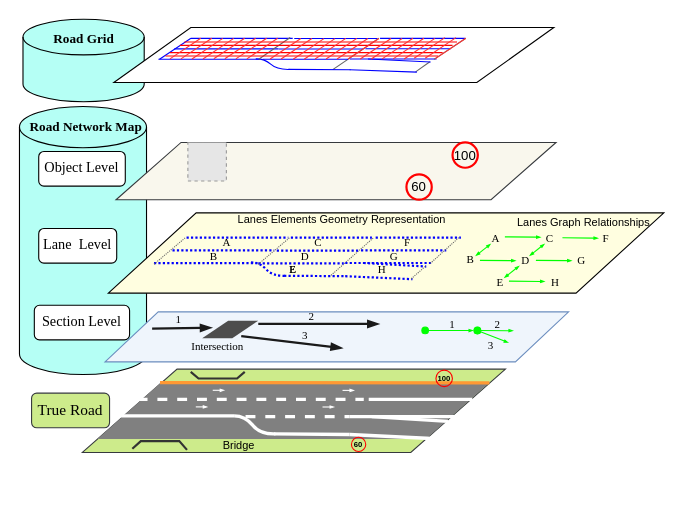
This is road_map.drawio from LimingGao/draw_io, a draw.io file, before an edit. Source tidied: cells renumbered, new cells numbered last; positions are measured from the earlier drawing's top-left corner, leaving out a move shared by most shapes. Both pictures are drawn from the tidied source at 110%, with x=0, y=0 at pixel (19, 19). Pictures stored in the file or linked from it are replaced by grey dashed boxes.
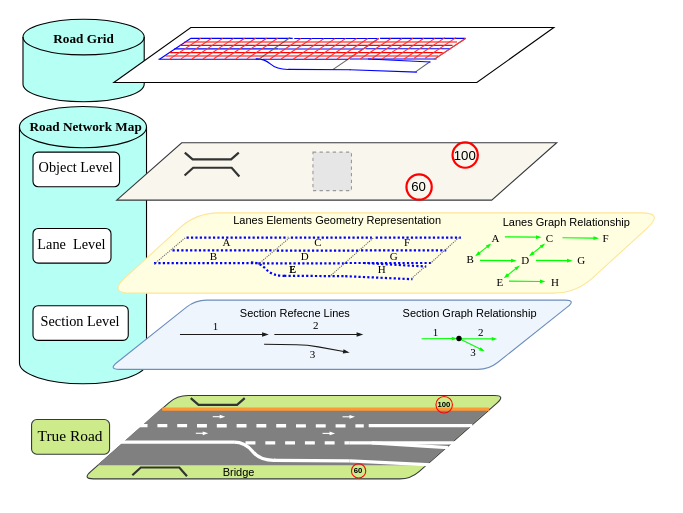
The same diagram, later.

What changed in the source:
```diff
@@
     <mxCell id="2" style="shape=cylinder3;whiteSpace=wrap;boundedLbl=1;backgroundOutline=1;size=18.724116884428952;labelBorderColor=none;shadow=0;sketch=0;fillColor=#B5FFF5;" parent="1" vertex="1">
-      <mxGeometry x="0.2" y="79.3" width="115.5" height="243.7" as="geometry" />
+      <mxGeometry x="0.2" y="79.3" width="115.5" height="252" as="geometry" />
     </mxCell>
@@
     <mxCell id="4" style="shape=parallelogram;perimeter=parallelogramPerimeter;whiteSpace=wrap;fixedSize=1;fillColor=#f9f7ed;fontFamily=Times New Roman;size=59.093999999999994;labelBorderColor=none;strokeColor=#36393d;" parent="1" vertex="1">
-      <mxGeometry x="88" y="112" width="400" height="52.1" as="geometry" />
+      <mxGeometry x="88.6" y="112.3" width="400" height="52.1" as="geometry" />
     </mxCell>
-    <mxCell id="5" style="shape=parallelogram;perimeter=parallelogramPerimeter;whiteSpace=wrap;fixedSize=1;fontFamily=Times New Roman;size=79.84199999999998;labelBorderColor=none;fillColor=#FFFEE0;" parent="1" vertex="1">
+    <mxCell id="5" style="shape=parallelogram;perimeter=parallelogramPerimeter;whiteSpace=wrap;fixedSize=1;fontFamily=Times New Roman;size=79.84199999999998;labelBorderColor=none;fillColor=#FFFEE0;strokeColor=#FFE599;rounded=1;arcSize=41;" parent="1" vertex="1">
       <mxGeometry x="81" y="176" width="505" height="73" as="geometry" />
     </mxCell>
@@
     <mxCell id="9" value="Section Level" style="text;align=center;verticalAlign=top;fontFamily=Times New Roman;labelBorderColor=none;rounded=1;fontSize=13;labelBackgroundColor=none;fillColor=#ffffff;strokeColor=#000000;" parent="1" vertex="1">
-      <mxGeometry x="13.7" y="260" width="86.6" height="31.5" as="geometry" />
+      <mxGeometry x="12.5" y="260.4" width="86.6" height="31.5" as="geometry" />
     </mxCell>
     <mxCell id="10" value="Lane  Level" style="text;align=center;verticalAlign=top;fontFamily=Times New Roman;labelBorderColor=none;rounded=1;fontSize=13;strokeColor=#000000;fillColor=#ffffff;" parent="1" vertex="1">
-      <mxGeometry x="17.7" y="190.2" width="70.9" height="31.5" as="geometry" />
+      <mxGeometry x="12.5" y="190.2" width="70.9" height="31.5" as="geometry" />
     </mxCell>
     <mxCell id="11" value="Object Level" style="text;align=center;verticalAlign=top;fontFamily=Times New Roman;labelBorderColor=none;rounded=1;fontSize=13;strokeColor=#000000;fillColor=#ffffff;" parent="1" vertex="1">
-      <mxGeometry x="17.7" y="120.2" width="78.7" height="31.5" as="geometry" />
+      <mxGeometry x="12.5" y="120.8" width="78.7" height="31.5" as="geometry" />
     </mxCell>
@@
     <mxCell id="13" style="fillColor=#E6E6E6;strokeColor=#999999;dashed=1;verticalLabelPosition=bottom;labelBackgroundColor=#ffffff;verticalAlign=top;" parent="1" vertex="1">
-      <mxGeometry x="153.3" y="112" width="35" height="35" as="geometry" />
+      <mxGeometry x="267" y="120.8" width="35" height="35" as="geometry" />
     </mxCell>
@@
     <mxCell id="35" value="Lanes Elements Geometry Representation " style="text;whiteSpace=wrap;fontSize=10;" parent="1" vertex="1">
-      <mxGeometry x="197.1" y="169.8" width="196.8" height="23.6" as="geometry" />
+      <mxGeometry x="193.1" y="170.8" width="196.8" height="23.6" as="geometry" />
     </mxCell>
-    <mxCell id="36" value="Lanes Graph Relationships" style="text;whiteSpace=wrap;fontSize=10;" parent="1" vertex="1">
-      <mxGeometry x="451" y="172.4" width="135" height="23.6" as="geometry" />
+    <mxCell id="36" value="Lanes Graph Relationship" style="text;whiteSpace=wrap;fontSize=10;" parent="1" vertex="1">
+      <mxGeometry x="438" y="172.4" width="135" height="23.6" as="geometry" />
     </mxCell>
     <mxCell id="37" style="group;" parent="1" vertex="1">
-      <mxGeometry x="18" y="323" width="425.2" height="84" as="geometry" />
+      <mxGeometry x="18" y="347" width="425.2" height="84" as="geometry" />
     </mxCell>
-    <mxCell id="38" style="shape=parallelogram;perimeter=parallelogramPerimeter;whiteSpace=wrap;fixedSize=1;fillColor=#cdeb8b;fontFamily=Times New Roman;size=86.05630602959147;labelBorderColor=none;strokeColor=#36393d;" parent="37" vertex="1">
+    <mxCell id="38" style="shape=parallelogram;perimeter=parallelogramPerimeter;whiteSpace=wrap;fixedSize=1;fillColor=#cdeb8b;fontFamily=Times New Roman;size=86.05630602959147;labelBorderColor=none;strokeColor=#36393d;rounded=1;" parent="37" vertex="1">
       <mxGeometry x="39.4" y="-4.9" width="384.6" height="75.7" as="geometry" />
     </mxCell>
@@
     <mxCell id="40" style="endArrow=none;exitX=0.14;exitY=0.207;exitDx=0;exitDy=0;exitPerimeter=0;entryX=0.962;entryY=0.209;entryDx=0;entryDy=0;entryPerimeter=0;strokeWidth=3;fillColor=#ffff88;strokeColor=#FF9933;" parent="37" edge="1">
       <mxGeometry relative="1" as="geometry">
-        <mxPoint x="110" y="7.4" as="sourcePoint" />
-        <mxPoint x="409.4" y="7.5" as="targetPoint" />
+        <mxPoint x="112" y="7.4" as="sourcePoint" />
+        <mxPoint x="409" y="7.5" as="targetPoint" />
       </mxGeometry>
     </mxCell>
@@
     <mxCell id="59" value="60" style="ellipse;whiteSpace=wrap;rounded=1;shadow=0;sketch=0;gradientColor=#ea6b66;fillColor=none;strokeColor=#FF0000;strokeWidth=1;fontSize=7;fontStyle=1;" parent="1" vertex="1">
-      <mxGeometry x="302" y="380" width="13" height="13" as="geometry" />
+      <mxGeometry x="302" y="404.1" width="13" height="13" as="geometry" />
     </mxCell>
-    <mxCell id="60" style="shape=parallelogram;perimeter=parallelogramPerimeter;whiteSpace=wrap;fixedSize=1;fontFamily=Times New Roman;size=48.346000000000004;labelBorderColor=none;strokeColor=#6c8ebf;fillColor=#EFF5FC;" parent="1" vertex="1">
-      <mxGeometry x="78" y="266" width="421.4" height="45.5" as="geometry" />
+    <mxCell id="60" style="shape=parallelogram;perimeter=parallelogramPerimeter;whiteSpace=wrap;fixedSize=1;fontFamily=Times New Roman;size=79.17800000000003;labelBorderColor=none;strokeColor=#6c8ebf;fillColor=#EFF5FC;rounded=1;" parent="1" vertex="1">
+      <mxGeometry x="81" y="255.3" width="425.2" height="63" as="geometry" />
     </mxCell>
-    <mxCell id="61" style="endArrow=blockThin;exitX=1;exitY=0.5;exitDx=0;exitDy=0;fontSize=14;strokeWidth=2;endFill=1;strokeColor=#1A1A1A;" parent="1" edge="1">
+    <mxCell id="61" style="endArrow=blockThin;fontSize=14;strokeWidth=1;endFill=1;strokeColor=#1A1A1A;endSize=3;" parent="1" edge="1">
       <mxGeometry relative="1" as="geometry">
-        <mxPoint x="217.3" y="277" as="sourcePoint" />
-        <mxPoint x="327.4" y="277" as="targetPoint" />
+        <mxPoint x="231.9" y="286.6" as="sourcePoint" />
+        <mxPoint x="312.3" y="286.6" as="targetPoint" />
       </mxGeometry>
     </mxCell>
-    <mxCell id="62" style="endArrow=blockThin;exitX=0.298;exitY=0.417;exitDx=0;exitDy=0;fontSize=14;strokeColor=#1A1A1A;strokeWidth=2;endFill=1;exitPerimeter=0;" parent="1" edge="1">
+    <mxCell id="62" style="endArrow=blockThin;fontSize=14;strokeColor=#1A1A1A;strokeWidth=1;endFill=1;exitX=0.365;exitY=0.505;exitDx=0;exitDy=0;exitPerimeter=0;endSize=3;" parent="1" edge="1">
       <mxGeometry relative="1" as="geometry">
-        <mxPoint x="201.8" y="288" as="sourcePoint" />
-        <mxPoint x="294" y="299" as="targetPoint" />
+        <mxPoint x="222.6" y="295.5" as="sourcePoint" />
+        <mxPoint x="300" y="303" as="targetPoint" />
+        <Array as="points">
+          <mxPoint x="262" y="296" />
+        </Array>
       </mxGeometry>
     </mxCell>
-    <mxCell id="63" style="shape=parallelogram;perimeter=parallelogramPerimeter;whiteSpace=wrap;fixedSize=1;rounded=0;shadow=0;sketch=0;strokeWidth=1;gradientColor=none;size=23.625999999999976;strokeColor=none;fillColor=#4D4D4D;" parent="1" vertex="1">
-      <mxGeometry x="166.3" y="274" width="51" height="15.9" as="geometry" />
-    </mxCell>
-    <mxCell id="64" style="endArrow=blockThin;exitX=0.645;exitY=0.541;exitDx=0;exitDy=0;exitPerimeter=0;fontSize=14;strokeWidth=2;endFill=1;strokeColor=#1A1A1A;" parent="1" edge="1">
-      <mxGeometry relative="1" as="geometry">
-        <mxPoint x="120.8" y="281.3" as="sourcePoint" />
-        <mxPoint x="175.3" y="280.5" as="targetPoint" />
-      </mxGeometry>
-    </mxCell>
@@
-    <mxCell id="138" value="&lt;span style=&quot;font-family: &amp;#34;times new roman&amp;#34; ; font-size: 10px ; font-style: normal ; font-weight: 400 ; letter-spacing: normal ; text-indent: 0px ; text-transform: none ; word-spacing: 0px ; display: inline ; float: none&quot;&gt;Intersection&lt;/span&gt;" style="text;whiteSpace=wrap;html=1;fontSize=13;fontFamily=Times New Roman;align=center;verticalAlign=middle;labelBackgroundColor=none;" parent="1" vertex="1">
-      <mxGeometry x="171.7" y="289.9" width="16.7" height="12.1" as="geometry" />
-    </mxCell>
     <mxCell id="139" value="&lt;span style=&quot;font-family: &amp;#34;times new roman&amp;#34; ; font-size: 10px ; font-style: normal ; font-weight: 400 ; letter-spacing: normal ; text-indent: 0px ; text-transform: none ; word-spacing: 0px ; display: inline ; float: none&quot;&gt;1&lt;/span&gt;" style="text;whiteSpace=wrap;html=1;fontSize=13;fontFamily=Times New Roman;align=center;verticalAlign=middle;labelBackgroundColor=none;" parent="1" vertex="1">
-      <mxGeometry x="137" y="266.6" width="16.3" height="10.2" as="geometry" />
+      <mxGeometry x="170.7" y="272.9" width="16.3" height="10.2" as="geometry" />
     </mxCell>
     <mxCell id="140" value="&lt;span style=&quot;font-family: &amp;#34;times new roman&amp;#34; ; font-size: 10px ; font-style: normal ; font-weight: 400 ; letter-spacing: normal ; text-indent: 0px ; text-transform: none ; word-spacing: 0px ; display: inline ; float: none&quot;&gt;2&lt;/span&gt;" style="text;whiteSpace=wrap;html=1;fontSize=13;fontFamily=Times New Roman;align=center;verticalAlign=middle;labelBackgroundColor=none;" parent="1" vertex="1">
-      <mxGeometry x="258.1" y="263.8" width="16.3" height="10.2" as="geometry" />
+      <mxGeometry x="261.7" y="272.1" width="16.3" height="10.2" as="geometry" />
     </mxCell>
     <mxCell id="141" value="&lt;span style=&quot;font-family: &amp;#34;times new roman&amp;#34; ; font-size: 10px ; font-style: normal ; font-weight: 400 ; letter-spacing: normal ; text-indent: 0px ; text-transform: none ; word-spacing: 0px ; display: inline ; float: none&quot;&gt;3&lt;/span&gt;" style="text;whiteSpace=wrap;html=1;fontSize=13;fontFamily=Times New Roman;align=center;verticalAlign=middle;labelBackgroundColor=none;" parent="1" vertex="1">
-      <mxGeometry x="251.9" y="281.3" width="16.3" height="10.2" as="geometry" />
+      <mxGeometry x="259.3" y="298.1" width="16.3" height="10.2" as="geometry" />
     </mxCell>
-    <mxCell id="142" style="endArrow=blockThin;html=1;strokeWidth=1;fontFamily=Times New Roman;fontSize=13;fontColor=#000000;strokeColor=#00FF00;exitX=1;exitY=0.5;exitDx=0;exitDy=0;endFill=1;jumpSize=4;endSize=2;startArrow=oval;startFill=1;" parent="1" edge="1">
+    <mxCell id="142" style="endArrow=blockThin;html=1;strokeWidth=1;fontFamily=Times New Roman;fontSize=13;fontColor=#000000;strokeColor=#00FF00;endFill=1;jumpSize=4;endSize=2;startArrow=none;startFill=0;entryX=0;entryY=0.5;entryDx=0;entryDy=0;" parent="1" edge="1" target="152">
       <mxGeometry relative="1" as="geometry">
-        <mxPoint x="369" y="282.9" as="sourcePoint" />
-        <mxPoint x="413" y="283" as="targetPoint" />
+        <mxPoint x="365.8" y="290.4" as="sourcePoint" />
       </mxGeometry>
     </mxCell>
-    <mxCell id="143" style="endArrow=blockThin;html=1;strokeWidth=1;fontFamily=Times New Roman;fontSize=13;fontColor=#000000;strokeColor=#00FF00;exitX=1;exitY=0.5;exitDx=0;exitDy=0;entryX=0;entryY=0.5;entryDx=0;entryDy=0;endFill=1;jumpSize=4;endSize=2;startArrow=oval;startFill=1;" parent="1" edge="1">
+    <mxCell id="143" style="endArrow=blockThin;html=1;strokeWidth=1;fontFamily=Times New Roman;fontSize=13;fontColor=#000000;strokeColor=#00FF00;exitX=1;exitY=0.5;exitDx=0;exitDy=0;entryX=0;entryY=0.5;entryDx=0;entryDy=0;endFill=1;jumpSize=4;endSize=2;startArrow=none;startFill=0;" parent="1" edge="1">
       <mxGeometry relative="1" as="geometry">
-        <mxPoint x="416.5" y="282.9" as="sourcePoint" />
-        <mxPoint x="449.3" y="283.2" as="targetPoint" />
+        <mxPoint x="401.2" y="290.4" as="sourcePoint" />
+        <mxPoint x="434.1" y="290.6" as="targetPoint" />
       </mxGeometry>
     </mxCell>
-    <mxCell id="144" style="endArrow=blockThin;html=1;strokeWidth=1;fontFamily=Times New Roman;fontSize=13;fontColor=#000000;strokeColor=#00FF00;exitX=1;exitY=0.5;exitDx=0;exitDy=0;endFill=1;jumpSize=4;endSize=2;startArrow=oval;startFill=1;" parent="1" edge="1">
+    <mxCell id="144" style="endArrow=blockThin;html=1;strokeWidth=1;fontFamily=Times New Roman;fontSize=13;fontColor=#000000;strokeColor=#00FF00;endFill=1;jumpSize=4;endSize=2;startArrow=none;startFill=0;" parent="1" edge="1" source="152">
       <mxGeometry relative="1" as="geometry">
-        <mxPoint x="416.5" y="283" as="sourcePoint" />
-        <mxPoint x="444.9" y="294.1" as="targetPoint" />
+        <mxPoint x="422.8" y="301.7" as="targetPoint" />
       </mxGeometry>
     </mxCell>
     <mxCell id="145" value="&lt;span style=&quot;font-family: &amp;#34;times new roman&amp;#34; ; font-size: 10px ; font-style: normal ; font-weight: 400 ; letter-spacing: normal ; text-indent: 0px ; text-transform: none ; word-spacing: 0px ; display: inline ; float: none&quot;&gt;1&lt;/span&gt;" style="text;whiteSpace=wrap;html=1;fontSize=13;fontFamily=Times New Roman;align=center;verticalAlign=middle;labelBackgroundColor=none;" parent="1" vertex="1">
-      <mxGeometry x="385.7" y="270.6" width="16.3" height="10.2" as="geometry" />
+      <mxGeometry x="370.5" y="278.1" width="16.3" height="10.2" as="geometry" />
     </mxCell>
     <mxCell id="146" value="&lt;span style=&quot;font-family: &amp;#34;times new roman&amp;#34; ; font-size: 10px ; font-style: normal ; font-weight: 400 ; letter-spacing: normal ; text-indent: 0px ; text-transform: none ; word-spacing: 0px ; display: inline ; float: none&quot;&gt;2&lt;/span&gt;" style="text;whiteSpace=wrap;html=1;fontSize=13;fontFamily=Times New Roman;align=center;verticalAlign=middle;labelBackgroundColor=none;" parent="1" vertex="1">
-      <mxGeometry x="426.9" y="270.6" width="16.3" height="10.2" as="geometry" />
+      <mxGeometry x="411.6" y="278.1" width="16.3" height="10.2" as="geometry" />
     </mxCell>
     <mxCell id="147" value="&lt;span style=&quot;font-family: &amp;#34;times new roman&amp;#34; ; font-size: 10px ; font-style: normal ; font-weight: 400 ; letter-spacing: normal ; text-indent: 0px ; text-transform: none ; word-spacing: 0px ; display: inline ; float: none&quot;&gt;3&lt;/span&gt;" style="text;whiteSpace=wrap;html=1;fontSize=13;fontFamily=Times New Roman;align=center;verticalAlign=middle;labelBackgroundColor=none;" parent="1" vertex="1">
-      <mxGeometry x="420.7" y="289.9" width="16.3" height="10.2" as="geometry" />
+      <mxGeometry x="405.4" y="297.3" width="16.3" height="10.2" as="geometry" />
     </mxCell>
+    <mxCell id="148" style="group;" parent="1" vertex="1">
+      <mxGeometry x="157.6" y="127.3" width="35.5" height="7.7" as="geometry" />
+    </mxCell>
+    <mxCell id="149" style="endArrow=none;strokeWidth=2;fontSize=7;rounded=0;strokeColor=#333333;exitX=0.183;exitY=0.956;exitDx=0;exitDy=0;exitPerimeter=0;" parent="148" edge="1">
+      <mxGeometry relative="1" as="geometry">
+        <mxPoint x="-7.3" y="14.7" as="sourcePoint" />
+        <mxPoint x="42.5" y="15.7" as="targetPoint" />
+        <Array as="points">
+          <mxPoint x="0.5" y="7.7" />
+          <mxPoint x="35.5" y="7.7" />
+        </Array>
+      </mxGeometry>
+    </mxCell>
+    <mxCell id="150" style="endArrow=none;strokeWidth=2;fontSize=7;rounded=0;strokeColor=#333333;" parent="148" edge="1">
+      <mxGeometry relative="1" as="geometry">
+        <mxPoint x="-7.1" y="-6.1" as="sourcePoint" />
+        <mxPoint x="42" y="-6.1" as="targetPoint" />
+        <Array as="points">
+          <mxPoint />
+          <mxPoint x="35" />
+        </Array>
+      </mxGeometry>
+    </mxCell>
+    <mxCell id="151" style="endArrow=blockThin;fontSize=14;strokeWidth=1;endFill=1;strokeColor=#1A1A1A;endSize=3;" parent="1" edge="1">
+      <mxGeometry relative="1" as="geometry">
+        <mxPoint x="146.1" y="286.6" as="sourcePoint" />
+        <mxPoint x="226.4" y="286.6" as="targetPoint" />
+      </mxGeometry>
+    </mxCell>
+    <mxCell id="152" style="ellipse;whiteSpace=wrap;html=1;rounded=0;shadow=0;labelBackgroundColor=none;sketch=0;strokeColor=#000000;strokeWidth=1;gradientColor=none;fontFamily=Times New Roman;fontSize=13;fontColor=#000000;align=center;fillColor=#0000000000000000000;" parent="1" vertex="1">
+      <mxGeometry x="397.8" y="288.3" width="3.9" height="3.9" as="geometry" />
+    </mxCell>
+    <mxCell id="153" value="Section Refecne Lines " style="text;whiteSpace=wrap;fontSize=10;" parent="1" vertex="1">
+      <mxGeometry x="199.4" y="254.5" width="121.3" height="23.6" as="geometry" />
+    </mxCell>
+    <mxCell id="154" value="Section Graph Relationship" style="text;whiteSpace=wrap;fontSize=10;" parent="1" vertex="1">
+      <mxGeometry x="347.1" y="254.5" width="140.3" height="23.6" as="geometry" />
+    </mxCell>
```
